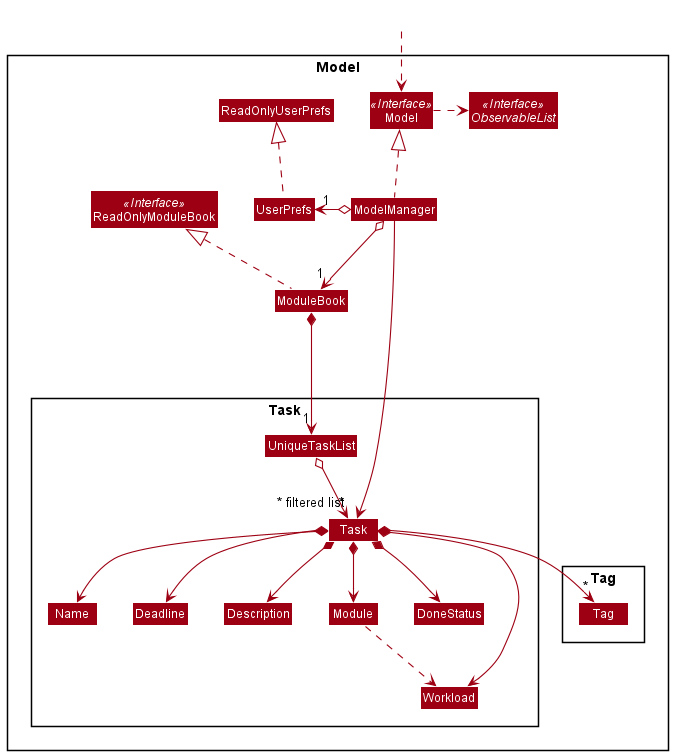
Earlier version of the PlantUML export docs/images/ModelClassDiagram.png (nus-cs2103-AY2021S2/tp).
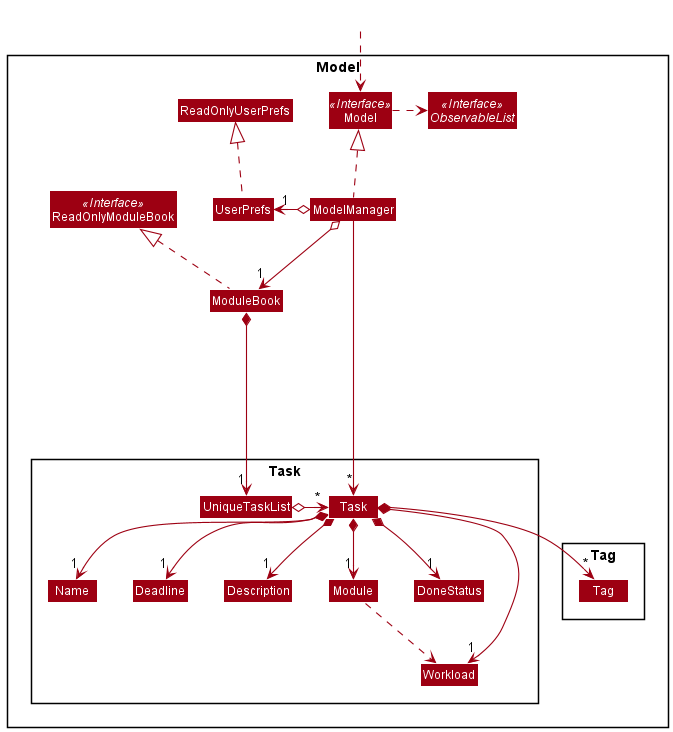
After the commit.

What changed in the source:
```diff
@@ -43,13 +43,13 @@
 UserPrefs .up.|> ReadOnlyUserPrefs
 
 ModuleBook *--> "1" UniqueTaskList
-UniqueTaskList o--> "*" Task
-Task *--> Name
-Task *--> Deadline
-Task *--> Module
-Task *--> Description
-Task *--> Workload
-Task *--> DoneStatus
+UniqueTaskList o--right> "*" Task
+Task *--> "1" Name
+Task *--> "1" Deadline
+Task *--> "1" Module
+Task *--> "1" Description
+Task *--> "1" Workload
+Task *--> "1" DoneStatus
 Task *--> "*" Tag
 Module ..> Workload
 
@@ -59,5 +59,5 @@
 Module -[hidden]right-> DoneStatus
 DoneStatus -[hidden]right-> Workload
 
-ModelManager ----->" ~* filtered list" Task
+ModelManager -----> "*" Task
 @enduml
```
